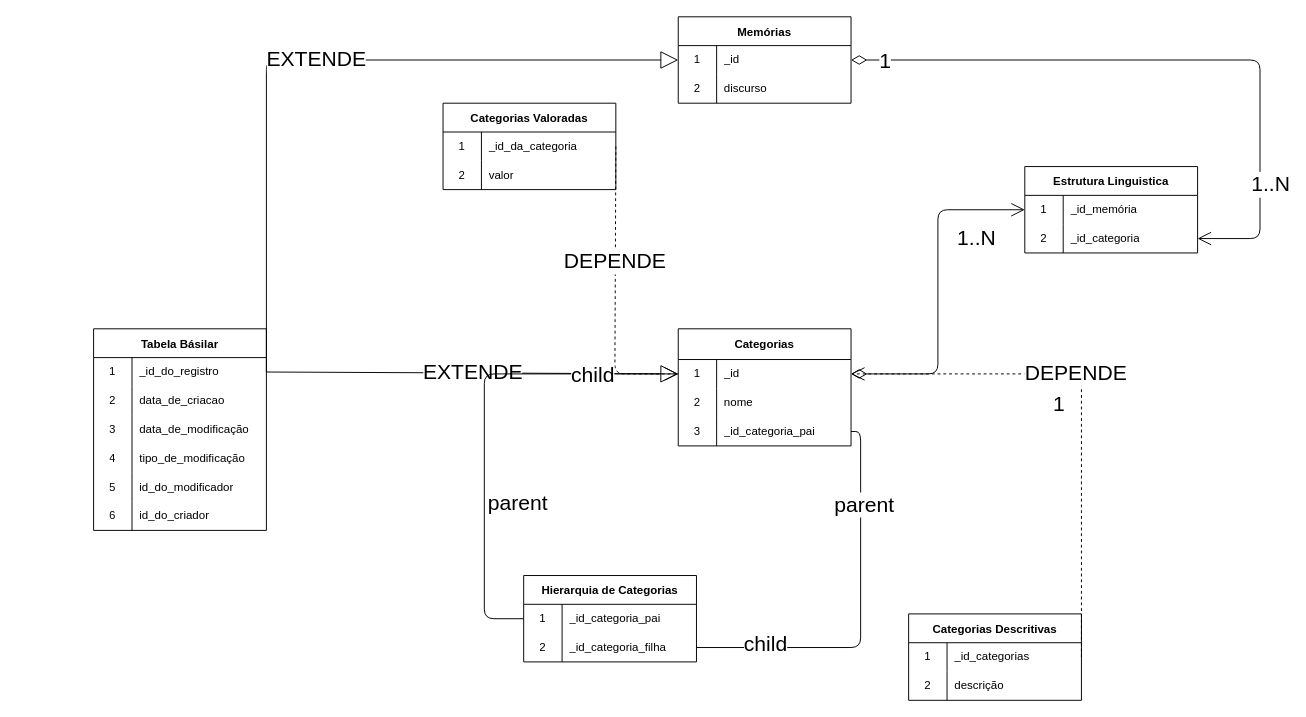
This is docs/diagrama_de_dados_aurora.drawio from marvinho-tn/aurora, a draw.io file, before an edit. Source tidied: cells renumbered, new cells numbered last; positions are measured from the earlier drawing's top-left corner, leaving out a move shared by most shapes. Both pictures are drawn from the tidied source at 96%, with x=0, y=0 at pixel (93, 16).
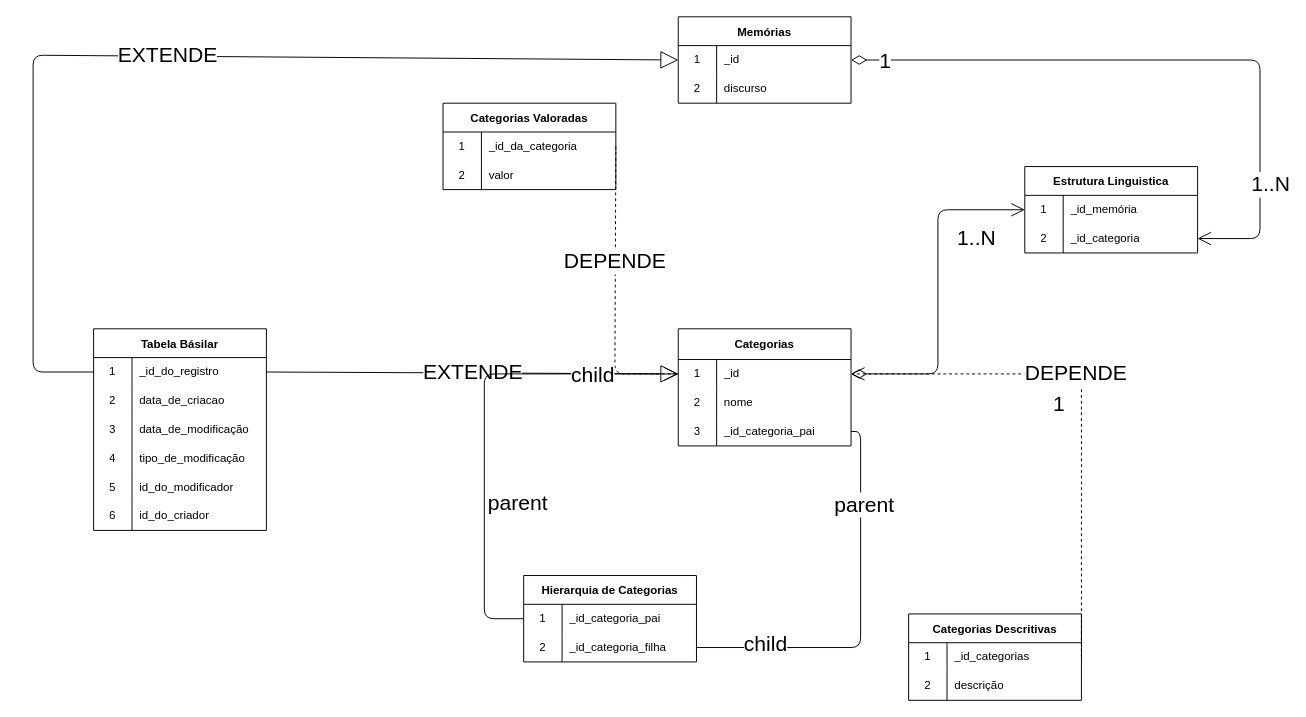
Above is the later version.

Unchanged cells that the change refers to:
```xml
<mxCell id="3" style="shape=tableRow;horizontal=0;startSize=0;swimlaneHead=0;swimlaneBody=0;top=0;left=0;bottom=0;right=0;fillColor=none;points=[[0,0.5],[1,0.5]];portConstraint=eastwest;" parent="2" vertex="1">
  <mxGeometry y="30" width="180" height="30" as="geometry" />
</mxCell>
<mxCell id="49" style="shape=tableRow;horizontal=0;startSize=0;swimlaneHead=0;swimlaneBody=0;top=0;left=0;bottom=0;right=0;fillColor=none;points=[[0,0.5],[1,0.5]];portConstraint=eastwest;" parent="48" vertex="1">
  <mxGeometry y="30" width="180" height="30" as="geometry" />
</mxCell>
```

Diff of the diagram source:
```diff
@@
-    <mxCell id="68" value="EXTENDE" style="endArrow=block;endSize=16;endFill=0;html=1;fontSize=22;exitX=1;exitY=0.5;exitDx=0;exitDy=0;entryX=0;entryY=0.5;entryDx=0;entryDy=0;" parent="1" edge="1" source="49" target="3">
+    <mxCell id="68" value="EXTENDE" style="endArrow=block;endSize=16;endFill=0;html=1;fontSize=22;exitX=0;exitY=0.5;exitDx=0;exitDy=0;entryX=0;entryY=0.5;entryDx=0;entryDy=0;" parent="1" edge="1" source="49" target="3">
       <mxGeometry relative="1" as="geometry">
         <Array as="points">
-          <mxPoint x="180" y="45" />
+          <mxPoint x="-63" y="370" />
+          <mxPoint x="-63" y="40" />
         </Array>
       </mxGeometry>
     </mxCell>
```
